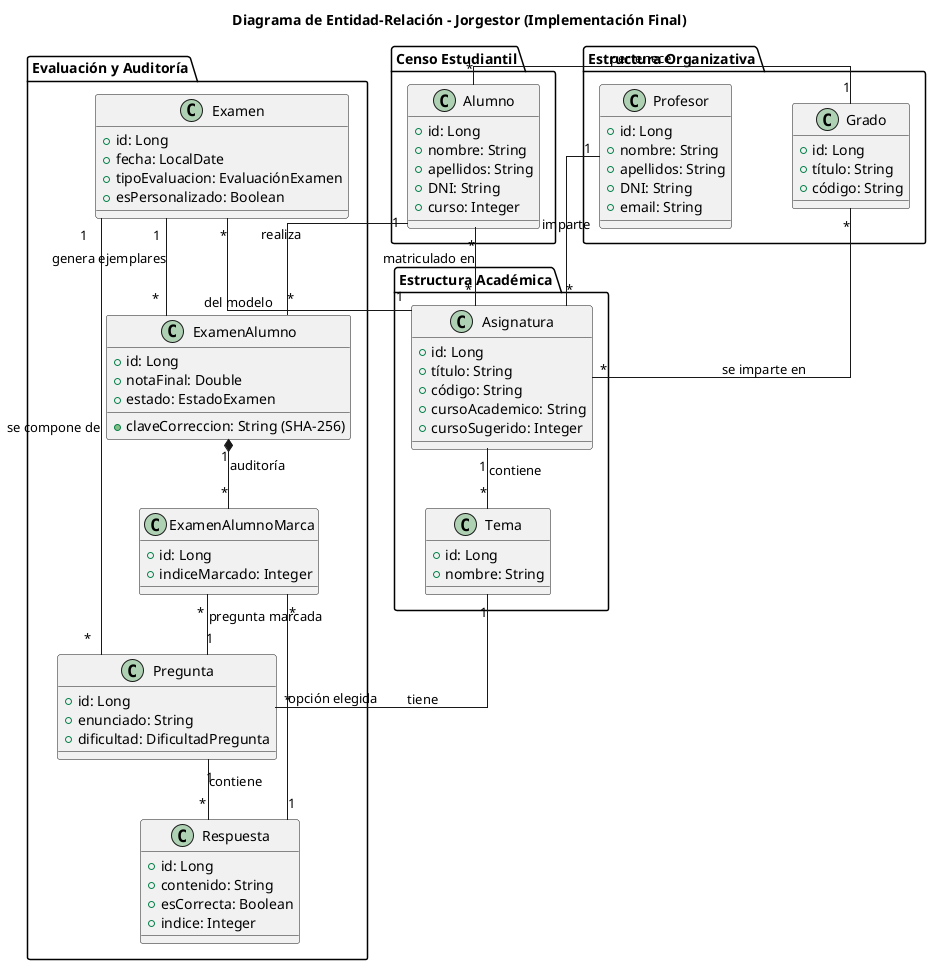
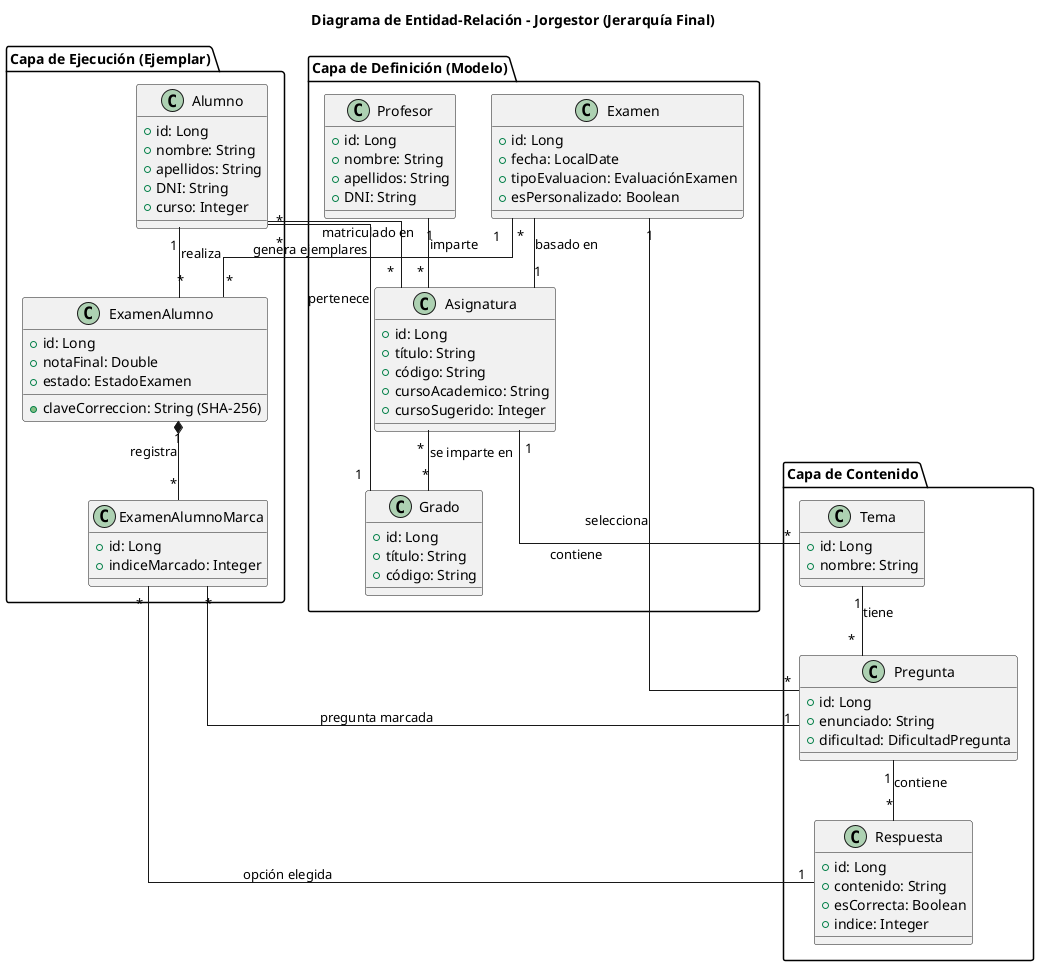
@startuml
- title Diagrama de Entidad-Relación - Jorgestor (Implementación Final)
+ title Diagrama de Entidad-Relación - Jorgestor (Jerarquía Final)

+ ' Configuración de layout vertical
+ top to bottom direction
skinparam linetype ortho
- skinparam nodesep 60
- skinparam ranksep 60

- package "Estructura Organizativa" {
+ ' --- NIVEL 1: LAS DEFINICIONES (EL MODELO) ---
+ package "Capa de Definición (Modelo)" {
+     class Examen {
+         +id: Long
+         +fecha: LocalDate
+         +tipoEvaluacion: EvaluaciónExamen
+         +esPersonalizado: Boolean
+     }
+ 
+     class Asignatura {
+         +id: Long
+         +título: String
+         +código: String
+         +cursoAcademico: String
+         +cursoSugerido: Integer
+     }
+ 
    class Grado {
        +id: Long
        +título: String
        +código: String
    }

    class Profesor {
        +id: Long
        +nombre: String
        +apellidos: String
        +DNI: String
-         +email: String
    }
}

- package "Estructura Académica" {
-     class Asignatura {
-         +id: Long
-         +título: String
-         +código: String
-         +cursoAcademico: String
-         +cursoSugerido: Integer
-     }
- 
+ ' --- NIVEL 2: EL CONTENIDO (LA ESTRUCTURA) ---
+ package "Capa de Contenido" {
    class Tema {
        +id: Long
        +nombre: String
-     }
- }
- 
- package "Censo Estudiantil" {
-     class Alumno {
-         +id: Long
-         +nombre: String
-         +apellidos: String
-         +DNI: String
-         +curso: Integer
-     }
- }
- 
- package "Evaluación y Auditoría" {
-     class Examen {
-         +id: Long
-         +fecha: LocalDate
-         +tipoEvaluacion: EvaluaciónExamen
-         +esPersonalizado: Boolean
-     }
- 
-     class ExamenAlumno {
-         +id: Long
-         +claveCorreccion: String (SHA-256)
-         +notaFinal: Double
-         +estado: EstadoExamen
-     }
- 
-     class ExamenAlumnoMarca {
-         +id: Long
-         +indiceMarcado: Integer
    }

    class Pregunta {
        +id: Long
        +enunciado: String
        +dificultad: DificultadPregunta
    }

    class Respuesta {
        +id: Long
        +contenido: String
        +esCorrecta: Boolean
        +indice: Integer
    }
}

- ' Relaciones organizadas
- Grado "1" -- "*" Alumno : pertenece
+ ' --- NIVEL 3: LAS INSTANCIAS (EL EJEMPLAR) ---
+ package "Capa de Ejecución (Ejemplar)" {
+     class Alumno {
+         +id: Long
+         +nombre: String
+         +apellidos: String
+         +DNI: String
+         +curso: Integer
+     }
+ 
+     class ExamenAlumno {
+         +id: Long
+         +claveCorreccion: String (SHA-256)
+         +notaFinal: Double
+         +estado: EstadoExamen
+     }
+ 
+     class ExamenAlumnoMarca {
+         +id: Long
+         +indiceMarcado: Integer
+     }
+ }
+ 
+ ' --- RELACIONES JERÁRQUICAS ---
+ 
+ ' Nivel 1 -> Nivel 1
Profesor "1" -- "*" Asignatura : imparte
Asignatura "*" -- "*" Grado : se imparte en
- Alumno "*" -- "*" Asignatura : matriculado en

+ ' Nivel 1 -> Nivel 2
Asignatura "1" -- "*" Tema : contiene
Tema "1" -- "*" Pregunta : tiene
Pregunta "1" -- "*" Respuesta : contiene

- Examen "*" -- "1" Asignatura : del modelo
- Examen "1" -- "*" Pregunta : se compone de
+ ' Nivel 1 -> Nivel 2
+ Examen "*" -- "1" Asignatura : basado en
+ Examen "1" -- "*" Pregunta : selecciona

+ ' Nivel 1 & 2 -> Nivel 3 (Instanciación)
Examen "1" -- "*" ExamenAlumno : genera ejemplares
Alumno "1" -- "*" ExamenAlumno : realiza
+ Alumno "*" -- "*" Asignatura : matriculado en
+ Alumno "*" -- "1" Grado : pertenece

- ExamenAlumno "1" *-- "*" ExamenAlumnoMarca : auditoría
+ ' Nivel 3 -> Nivel 3 (Auditoría)
+ ExamenAlumno "1" *-- "*" ExamenAlumnoMarca : registra
ExamenAlumnoMarca "*" -- "1" Pregunta : pregunta marcada
ExamenAlumnoMarca "*" -- "1" Respuesta : opción elegida

@enduml
